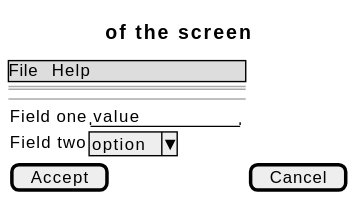
Above: docs/01-requirements/use-cases/selfEnrol/wireframes.svg in didactika/kampus (PlantUML), before the change. Source of this version:
```plantuml
@startsalt
{
  {* File | Help }
  ==
  Title of the screen
  --
  {
    Field one | "value        "
    Field two | ^option^
  }
  [ Accept ] | [ Cancel ]
}
@endsalt
```
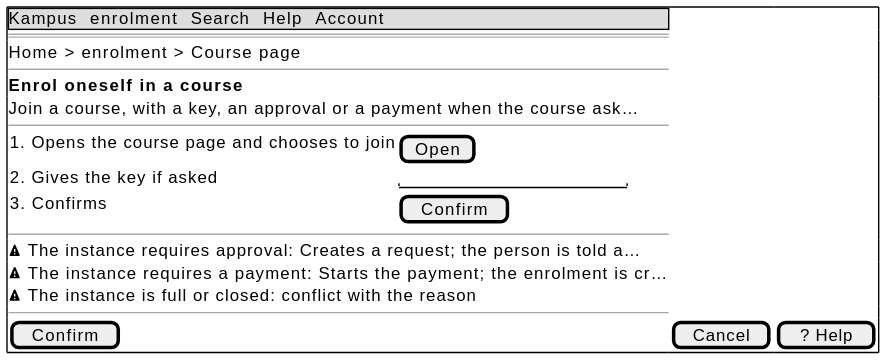
After the commit.

What changed in the source:
```diff
@@ -1,13 +1,22 @@
 @startsalt
-{
-  {* File | Help }
+{+
+  {* Kampus | enrolment | Search | Help | Account }
   ==
-  Title of the screen
+  Home > enrolment > Course page
+  --
+  <b>Enrol oneself in a course
+  Join a course, with a key, an approval or a payment when the course ask…
   --
   {
-    Field one | "value        "
-    Field two | ^option^
+    1. Opens the course page and chooses to join | [ Open ]
+    2. Gives the key if asked | "                    "
+    3. Confirms | [ Confirm ]
   }
-  [ Accept ] | [ Cancel ]
+  --
+  <&warning> The instance requires approval: Creates a request; the person is told a…
+  <&warning> The instance requires a payment: Starts the payment; the enrolment is cr…
+  <&warning> The instance is full or closed: conflict with the reason
+  --
+  [ Confirm ] | [ Cancel ] | [ ? Help ]
 }
 @endsalt
```
